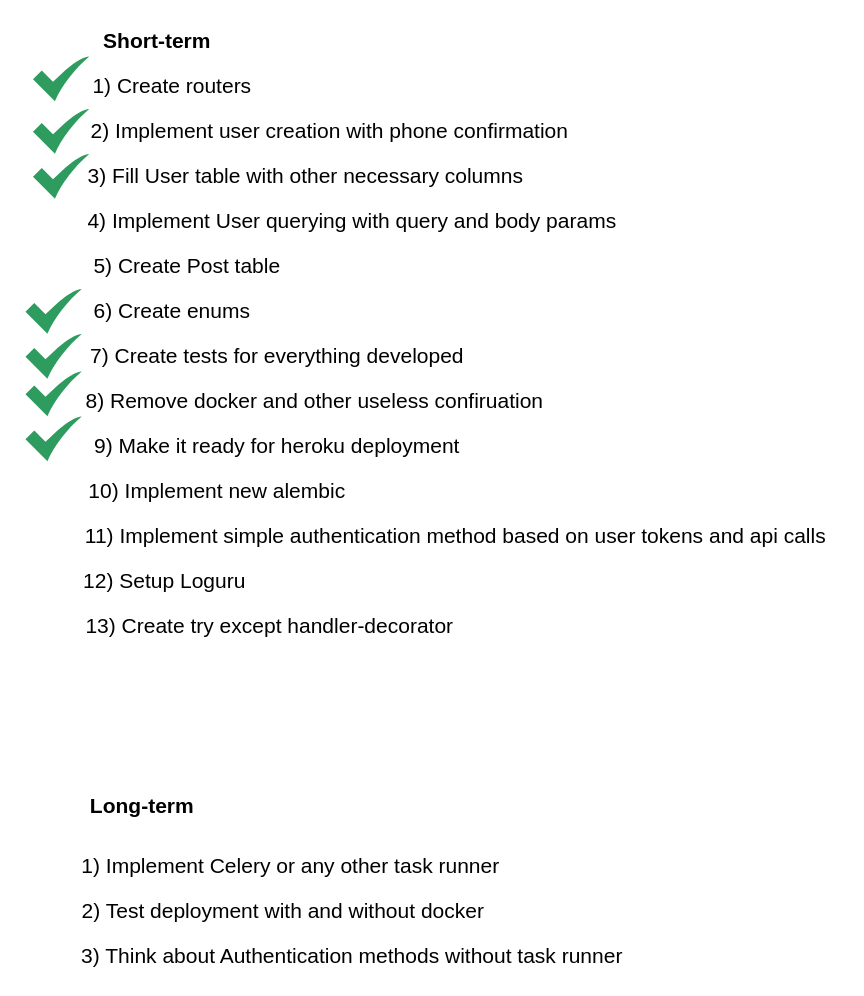
Earlier version of the draw.io diagram page "Objectives" (5 of 5) of backend/schema.drawio (Madi-S/kolik). Source tidied: cells renumbered, new cells numbered last; positions are measured from the earlier drawing's top-left corner, leaving out a move shared by most shapes. Both pictures are drawn from the tidied source at 150%, with x=0, y=0 at pixel (24, 26).
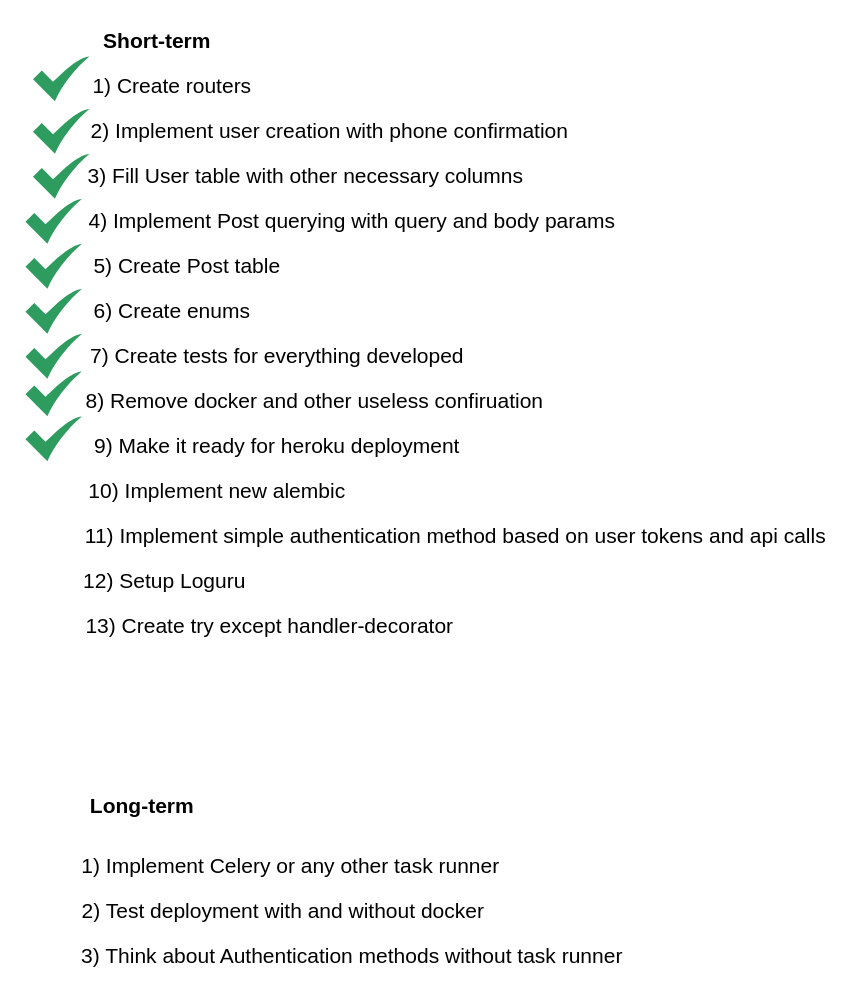
After the change.

Commit message (it also covers changes not shown here):
Post querying partially implemented

What changed in the source:
```diff
@@
-    <mxCell id="11" value="4) Implement User querying with query and body params" style="text;html=1;align=center;verticalAlign=middle;strokeColor=none;fillColor=none;fontSize=14;" parent="1" vertex="1">
+    <mxCell id="11" value="4) Implement Post querying with query and body params" style="text;html=1;align=center;verticalAlign=middle;strokeColor=none;fillColor=none;fontSize=14;" parent="1" vertex="1">
       <mxGeometry x="33" y="120" width="370" height="20" as="geometry" />
     </mxCell>
@@
+    <mxCell id="27" style="sketch=0;html=1;strokeColor=none;shadow=0;align=center;verticalAlign=top;fillColor=#2D9C5E;shape=mxgraph.gcp2.check;fontSize=14;" parent="1" vertex="1">
+      <mxGeometry x="0.5" y="145" width="37.5" height="30" as="geometry" />
+    </mxCell>
+    <mxCell id="28" style="sketch=0;html=1;strokeColor=none;shadow=0;align=center;verticalAlign=top;fillColor=#2D9C5E;shape=mxgraph.gcp2.check;fontSize=14;" parent="1" vertex="1">
+      <mxGeometry x="0.5" y="115" width="37.5" height="30" as="geometry" />
+    </mxCell>
```
